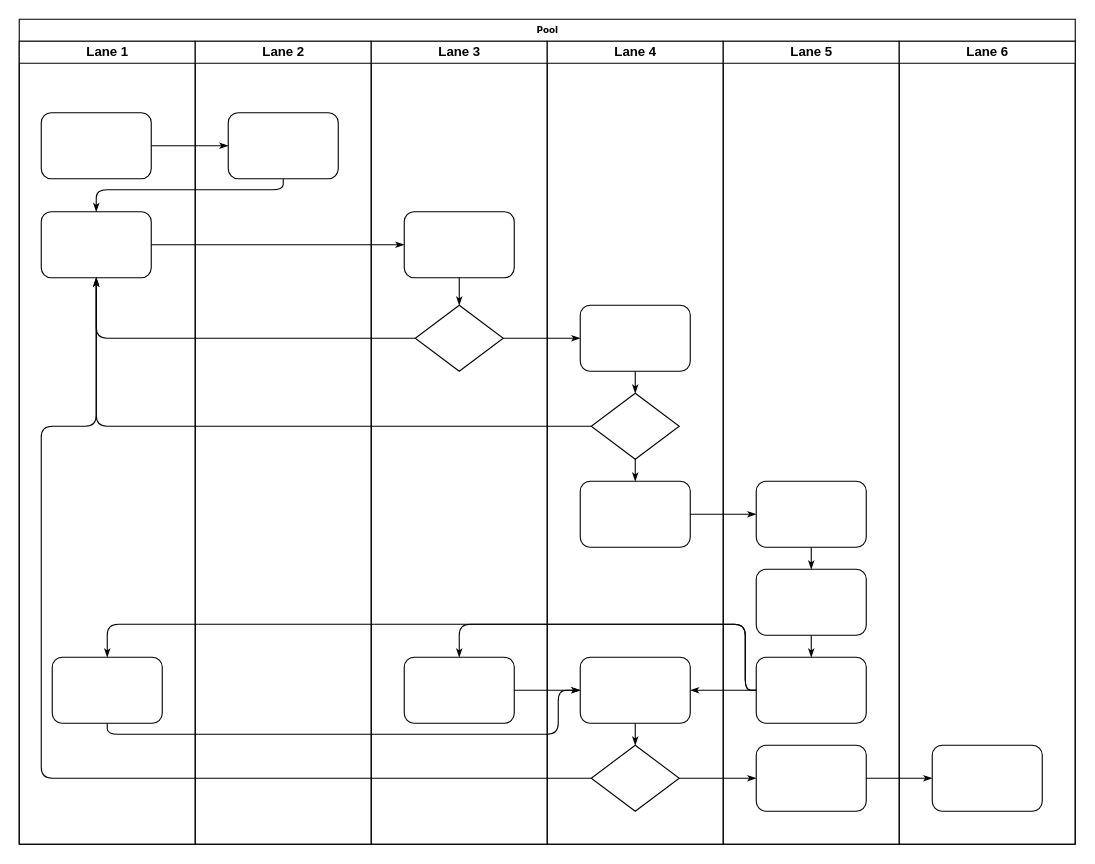
Before: strcmp_Alpha.drawio in CamelliaLilium/drawio, a draw.io diagram. Source tidied: cells renumbered, new cells numbered last; positions are measured from the earlier drawing's top-left corner, leaving out a move shared by most shapes. Both pictures are drawn from the tidied source at 110%, with x=0, y=0 at pixel (19, 19).
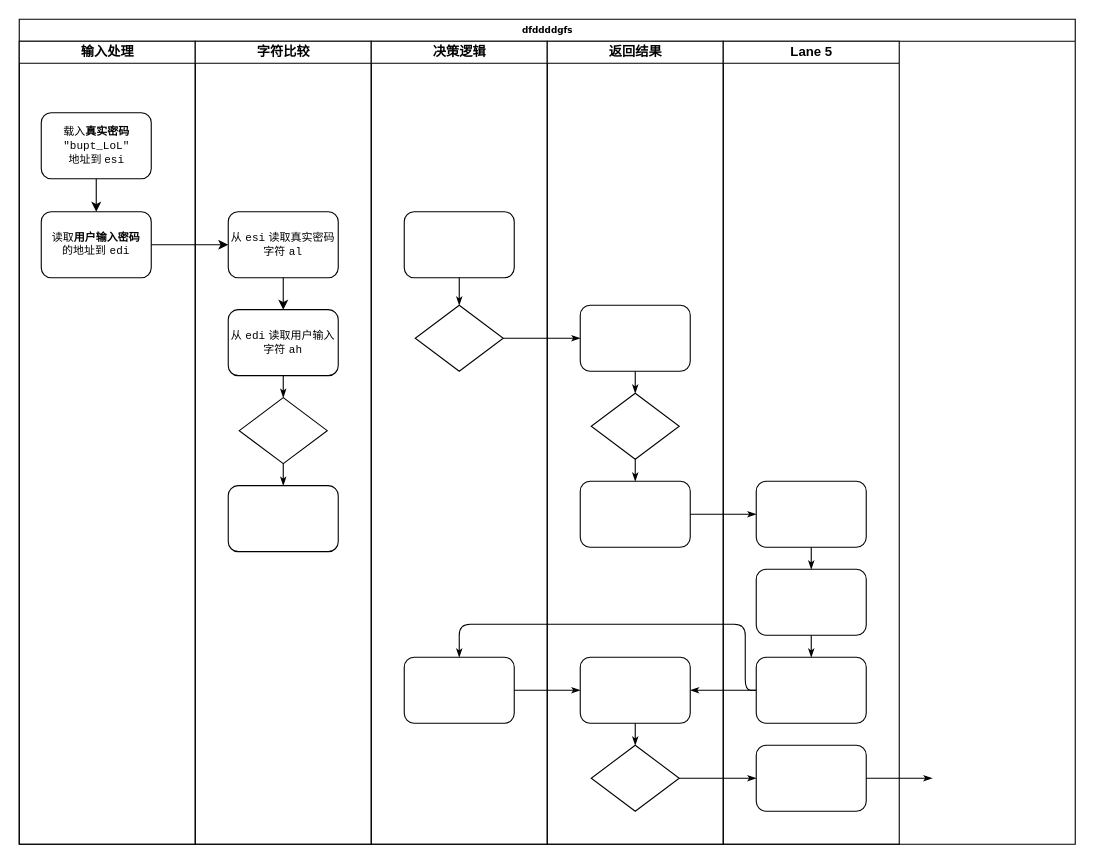
The same diagram, later.

The change refers to these unchanged cells:
```xml
<mxCell id="25" style="rounded=1;whiteSpace=wrap;html=1;shadow=0;labelBackgroundColor=none;strokeWidth=1;fontFamily=Verdana;fontSize=8;align=center;" parent="24" vertex="1">
  <mxGeometry x="30" y="155" width="100" height="60" as="geometry" />
</mxCell>
<mxCell id="26" style="rhombus;whiteSpace=wrap;html=1;rounded=0;shadow=0;labelBackgroundColor=none;strokeWidth=1;fontFamily=Verdana;fontSize=8;align=center;" parent="24" vertex="1">
  <mxGeometry x="40" y="240" width="80" height="60" as="geometry" />
</mxCell>
<mxCell id="31" style="rhombus;whiteSpace=wrap;html=1;rounded=0;shadow=0;labelBackgroundColor=none;strokeWidth=1;fontFamily=Verdana;fontSize=8;align=center;" parent="29" vertex="1">
  <mxGeometry x="40" y="320" width="80" height="60" as="geometry" />
</mxCell>
<mxCell id="33" style="rounded=1;whiteSpace=wrap;html=1;shadow=0;labelBackgroundColor=none;strokeWidth=1;fontFamily=Verdana;fontSize=8;align=center;" parent="29" vertex="1">
  <mxGeometry x="30" y="560" width="100" height="60" as="geometry" />
</mxCell>
<mxCell id="34" style="rhombus;whiteSpace=wrap;html=1;rounded=0;shadow=0;labelBackgroundColor=none;strokeWidth=1;fontFamily=Verdana;fontSize=8;align=center;" parent="29" vertex="1">
  <mxGeometry x="40" y="640" width="80" height="60" as="geometry" />
</mxCell>
<mxCell id="41" style="rounded=1;whiteSpace=wrap;html=1;shadow=0;labelBackgroundColor=none;strokeWidth=1;fontFamily=Verdana;fontSize=8;align=center;" parent="38" vertex="1">
  <mxGeometry x="30" y="560" width="100" height="60" as="geometry" />
</mxCell>
<mxCell id="42" style="rounded=1;whiteSpace=wrap;html=1;shadow=0;labelBackgroundColor=none;strokeWidth=1;fontFamily=Verdana;fontSize=8;align=center;" parent="38" vertex="1">
  <mxGeometry x="30" y="640" width="100" height="60" as="geometry" />
</mxCell>
```

The edit, as a diff of the source:
```diff
@@
-    <mxCell id="2" value="Pool" style="swimlane;html=1;startSize=20;rounded=0;shadow=0;labelBackgroundColor=none;strokeWidth=1;fontFamily=Verdana;fontSize=8;align=center;" parent="1" vertex="1">
+    <mxCell id="2" value="dfddddgfs" style="swimlane;html=1;startSize=20;rounded=0;shadow=0;labelBackgroundColor=none;strokeWidth=1;fontFamily=Verdana;fontSize=8;align=center;" parent="1" vertex="1">
       <mxGeometry width="960" height="750" as="geometry" />
     </mxCell>
-    <mxCell id="3" value="Lane 1" style="swimlane;html=1;startSize=20;" parent="2" vertex="1">
+    <mxCell id="3" value="输入处理" style="swimlane;html=1;startSize=20;" parent="2" vertex="1">
       <mxGeometry y="20" width="160" height="730" as="geometry" />
     </mxCell>
+    <mxCell id="47" style="edgeStyle=orthogonalEdgeStyle;rounded=0;jettySize=auto;html=1;" parent="3" edge="1" source="4" target="5">
+      <mxGeometry relative="1" as="geometry" />
+    </mxCell>
-    <mxCell id="4" style="rounded=1;whiteSpace=wrap;html=1;shadow=0;labelBackgroundColor=none;strokeWidth=1;fontFamily=Verdana;fontSize=8;align=center;" parent="3" vertex="1">
+    <mxCell id="4" value="&lt;div&gt;载入&lt;strong&gt;真实密码&lt;/strong&gt;&lt;/div&gt;&lt;div&gt; &lt;code&gt;&quot;bupt_LoL&quot;&lt;/code&gt;&lt;/div&gt;&lt;div&gt; 地址到 &lt;code&gt;esi&lt;/code&gt;&lt;/div&gt;" style="rounded=1;html=1;shadow=0;labelBackgroundColor=none;strokeWidth=1;fontFamily=Times New Roman;fontSize=10;align=center;" parent="3" vertex="1">
       <mxGeometry x="20" y="65" width="100" height="60" as="geometry" />
     </mxCell>
-    <mxCell id="5" style="rounded=1;whiteSpace=wrap;html=1;shadow=0;labelBackgroundColor=none;strokeWidth=1;fontFamily=Verdana;fontSize=8;align=center;" parent="3" vertex="1">
+    <mxCell id="5" value="&lt;font style=&quot;font-size: 10px;&quot;&gt;读取&lt;strong style=&quot;&quot;&gt;用户输入密码&lt;/strong&gt;&lt;/font&gt;&lt;div&gt;&lt;font style=&quot;font-size: 10px;&quot;&gt;的地址到 &lt;code style=&quot;&quot;&gt;edi&lt;/code&gt;&lt;/font&gt;&lt;/div&gt;" style="rounded=1;whiteSpace=wrap;html=1;shadow=0;labelBackgroundColor=none;strokeWidth=1;fontFamily=Verdana;fontSize=8;align=center;" parent="3" vertex="1">
       <mxGeometry x="20" y="155" width="100" height="60" as="geometry" />
     </mxCell>
-    <mxCell id="6" style="rounded=1;whiteSpace=wrap;html=1;shadow=0;labelBackgroundColor=none;strokeWidth=1;fontFamily=Verdana;fontSize=8;align=center;" parent="3" vertex="1">
-      <mxGeometry x="30" y="560" width="100" height="60" as="geometry" />
-    </mxCell>
-    <mxCell id="7" style="edgeStyle=orthogonalEdgeStyle;rounded=1;html=1;labelBackgroundColor=none;startArrow=none;startFill=0;startSize=5;endArrow=classicThin;endFill=1;endSize=5;jettySize=auto;strokeWidth=1;fontFamily=Verdana;fontSize=8;" parent="2" edge="1" source="4" target="23">
-      <mxGeometry relative="1" as="geometry" />
-    </mxCell>
-    <mxCell id="8" style="edgeStyle=orthogonalEdgeStyle;rounded=1;html=1;labelBackgroundColor=none;startArrow=none;startFill=0;startSize=5;endArrow=classicThin;endFill=1;endSize=5;jettySize=auto;strokeWidth=1;fontFamily=Verdana;fontSize=8;" parent="2" edge="1" source="23" target="5">
-      <mxGeometry relative="1" as="geometry">
-        <Array as="points">
-          <mxPoint x="240" y="155" />
-          <mxPoint x="70" y="155" />
-        </Array>
-      </mxGeometry>
-    </mxCell>
-    <mxCell id="9" style="edgeStyle=orthogonalEdgeStyle;rounded=1;html=1;labelBackgroundColor=none;startArrow=none;startFill=0;startSize=5;endArrow=classicThin;endFill=1;endSize=5;jettySize=auto;strokeWidth=1;fontFamily=Verdana;fontSize=8;" parent="2" edge="1" source="5" target="25">
-      <mxGeometry relative="1" as="geometry" />
-    </mxCell>
-    <mxCell id="10" style="edgeStyle=orthogonalEdgeStyle;rounded=1;html=1;labelBackgroundColor=none;startArrow=none;startFill=0;startSize=5;endArrow=classicThin;endFill=1;endSize=5;jettySize=auto;strokeWidth=1;fontFamily=Verdana;fontSize=8;" parent="2" edge="1" source="26" target="5">
-      <mxGeometry relative="1" as="geometry" />
-    </mxCell>
-    <mxCell id="11" style="edgeStyle=orthogonalEdgeStyle;rounded=1;html=1;labelBackgroundColor=none;startArrow=none;startFill=0;startSize=5;endArrow=classicThin;endFill=1;endSize=5;jettySize=auto;strokeWidth=1;fontFamily=Verdana;fontSize=8;" parent="2" edge="1" source="31" target="5">
-      <mxGeometry relative="1" as="geometry" />
-    </mxCell>
-    <mxCell id="12" style="edgeStyle=orthogonalEdgeStyle;rounded=1;html=1;labelBackgroundColor=none;startArrow=none;startFill=0;startSize=5;endArrow=classicThin;endFill=1;endSize=5;jettySize=auto;strokeWidth=1;fontFamily=Verdana;fontSize=8;" parent="2" edge="1" source="34" target="5">
-      <mxGeometry relative="1" as="geometry">
-        <Array as="points">
-          <mxPoint x="20" y="690" />
-          <mxPoint x="20" y="370" />
-          <mxPoint x="70" y="370" />
-        </Array>
-      </mxGeometry>
-    </mxCell>
@@
-    <mxCell id="15" style="edgeStyle=orthogonalEdgeStyle;rounded=1;html=1;labelBackgroundColor=none;startArrow=none;startFill=0;startSize=5;endArrow=classicThin;endFill=1;endSize=5;jettySize=auto;strokeWidth=1;fontFamily=Verdana;fontSize=8;" parent="2" edge="1" source="42" target="46">
-      <mxGeometry relative="1" as="geometry" />
+    <mxCell id="15" style="edgeStyle=orthogonalEdgeStyle;rounded=1;html=1;labelBackgroundColor=none;startArrow=none;startFill=0;startSize=5;endArrow=classicThin;endFill=1;endSize=5;jettySize=auto;strokeWidth=1;fontFamily=Verdana;fontSize=8;" parent="2" edge="1" source="42">
+      <mxGeometry relative="1" as="geometry">
+        <mxPoint x="830" y="690" as="targetPoint" />
+      </mxGeometry>
     </mxCell>
@@
-    <mxCell id="19" style="edgeStyle=orthogonalEdgeStyle;rounded=1;html=1;labelBackgroundColor=none;startArrow=none;startFill=0;startSize=5;endArrow=classicThin;endFill=1;endSize=5;jettySize=auto;strokeWidth=1;fontFamily=Verdana;fontSize=8;" parent="2" edge="1" source="41" target="6">
-      <mxGeometry relative="1" as="geometry">
-        <Array as="points">
-          <mxPoint x="660" y="610" />
-          <mxPoint x="660" y="550" />
-          <mxPoint x="80" y="550" />
-        </Array>
-      </mxGeometry>
-    </mxCell>
-    <mxCell id="20" style="edgeStyle=orthogonalEdgeStyle;rounded=1;html=1;labelBackgroundColor=none;startArrow=none;startFill=0;startSize=5;endArrow=classicThin;endFill=1;endSize=5;jettySize=auto;strokeWidth=1;fontFamily=Verdana;fontSize=8;" parent="2" edge="1" source="6" target="33">
-      <mxGeometry relative="1" as="geometry">
-        <Array as="points">
-          <mxPoint x="80" y="650" />
-          <mxPoint x="490" y="650" />
-          <mxPoint x="490" y="610" />
-        </Array>
-      </mxGeometry>
-    </mxCell>
@@
-    <mxCell id="22" value="Lane 2" style="swimlane;html=1;startSize=20;" parent="2" vertex="1">
+    <mxCell id="22" value="字符比较" style="swimlane;html=1;startSize=20;" parent="2" vertex="1">
       <mxGeometry x="160" y="20" width="160" height="730" as="geometry" />
     </mxCell>
-    <mxCell id="23" style="rounded=1;whiteSpace=wrap;html=1;shadow=0;labelBackgroundColor=none;strokeWidth=1;fontFamily=Verdana;fontSize=8;align=center;" parent="22" vertex="1">
-      <mxGeometry x="30" y="65" width="100" height="60" as="geometry" />
+    <mxCell id="23" value="&lt;font style=&quot;font-size: 10px;&quot;&gt;从 &lt;code style=&quot;&quot;&gt;esi&lt;/code&gt; 读取真实密码字符 &lt;code style=&quot;&quot;&gt;al&lt;/code&gt;&lt;/font&gt;" style="rounded=1;whiteSpace=wrap;html=1;shadow=0;labelBackgroundColor=none;strokeWidth=1;fontFamily=Verdana;fontSize=8;align=center;" parent="22" vertex="1">
+      <mxGeometry x="30" y="155" width="100" height="60" as="geometry" />
     </mxCell>
+    <mxCell id="48" value="&lt;font style=&quot;font-size: 10px;&quot;&gt;从 &lt;code style=&quot;&quot;&gt;edi&lt;/code&gt; 读取用户输入字符 &lt;code style=&quot;&quot;&gt;ah&lt;/code&gt;&lt;/font&gt;" style="rounded=1;whiteSpace=wrap;html=1;shadow=0;labelBackgroundColor=none;strokeWidth=1;fontFamily=Verdana;fontSize=8;align=center;" parent="22" vertex="1">
+      <mxGeometry x="30" y="244" width="100" height="60" as="geometry" />
+    </mxCell>
+    <mxCell id="49" style="rhombus;whiteSpace=wrap;html=1;rounded=0;shadow=0;labelBackgroundColor=none;strokeWidth=1;fontFamily=Verdana;fontSize=8;align=center;" parent="22" vertex="1">
+      <mxGeometry x="40" y="324" width="80" height="60" as="geometry" />
+    </mxCell>
+    <mxCell id="50" style="rounded=1;whiteSpace=wrap;html=1;shadow=0;labelBackgroundColor=none;strokeWidth=1;fontFamily=Verdana;fontSize=8;align=center;" parent="22" vertex="1">
+      <mxGeometry x="30" y="404" width="100" height="60" as="geometry" />
+    </mxCell>
+    <mxCell id="51" style="edgeStyle=orthogonalEdgeStyle;rounded=1;html=1;labelBackgroundColor=none;startArrow=none;startFill=0;startSize=5;endArrow=classicThin;endFill=1;endSize=5;jettySize=auto;strokeColor=#000000;strokeWidth=1;fontFamily=Verdana;fontSize=8;fontColor=#000000;" parent="22" edge="1" source="48" target="49">
+      <mxGeometry relative="1" as="geometry" />
+    </mxCell>
+    <mxCell id="52" style="edgeStyle=orthogonalEdgeStyle;rounded=1;html=1;labelBackgroundColor=none;startArrow=none;startFill=0;startSize=5;endArrow=classicThin;endFill=1;endSize=5;jettySize=auto;strokeWidth=1;fontFamily=Verdana;fontSize=8;" parent="22" edge="1" source="49" target="50">
+      <mxGeometry relative="1" as="geometry" />
+    </mxCell>
+    <mxCell id="53" style="endArrow=classic;html=1;rounded=0;exitX=0.5;exitY=1;exitDx=0;exitDy=0;entryX=0.5;entryY=0;entryDx=0;entryDy=0;" parent="22" edge="1" source="23" target="48">
+      <mxGeometry relative="1" as="geometry" />
+    </mxCell>
-    <mxCell id="24" value="Lane 3" style="swimlane;html=1;startSize=20;" parent="2" vertex="1">
+    <mxCell id="24" value="决策逻辑" style="swimlane;html=1;startSize=20;" parent="2" vertex="1">
       <mxGeometry x="320" y="20" width="160" height="730" as="geometry" />
     </mxCell>
@@
-    <mxCell id="29" value="Lane 4" style="swimlane;html=1;startSize=20;" parent="2" vertex="1">
+    <mxCell id="29" value="返回结果" style="swimlane;html=1;startSize=20;" parent="2" vertex="1">
       <mxGeometry x="480" y="20" width="160" height="730" as="geometry" />
     </mxCell>
@@
-    <mxCell id="45" value="Lane 6" style="swimlane;html=1;startSize=20;" parent="2" vertex="1">
-      <mxGeometry x="800" y="20" width="160" height="730" as="geometry" />
-    </mxCell>
-    <mxCell id="46" style="rounded=1;whiteSpace=wrap;html=1;shadow=0;labelBackgroundColor=none;strokeWidth=1;fontFamily=Verdana;fontSize=8;align=center;" parent="45" vertex="1">
-      <mxGeometry x="30" y="640" width="100" height="60" as="geometry" />
-    </mxCell>
+    <mxCell id="54" style="endArrow=classic;html=1;rounded=0;exitX=1;exitY=0.5;exitDx=0;exitDy=0;entryX=0;entryY=0.5;entryDx=0;entryDy=0;" parent="2" edge="1" source="5" target="23">
+      <mxGeometry relative="1" as="geometry" />
+    </mxCell>
```
